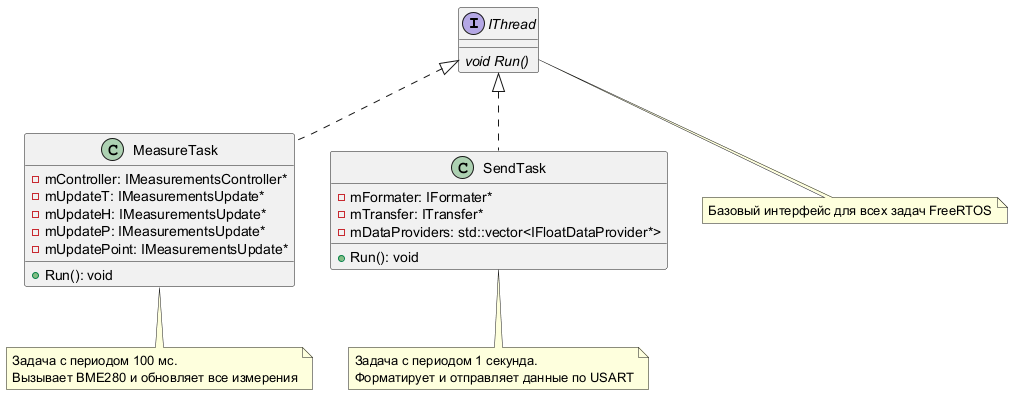
Above: images/puml_files/IThread.png in Cuprum1736/IAR-lab (PlantUML), before the change.
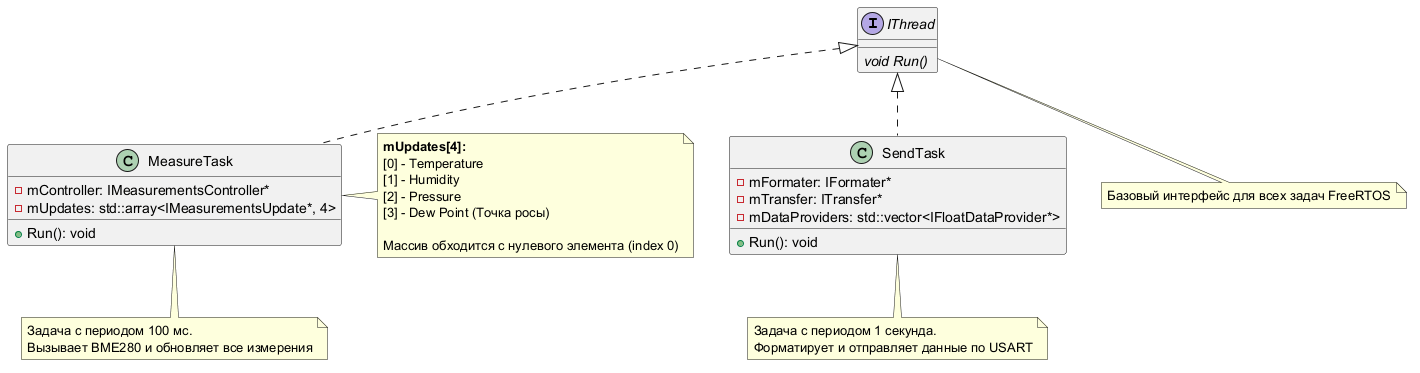
Above is the later version.

Change to the diagram source:
```diff
@@ -4,13 +4,11 @@
     {abstract} void Run()
 }
 
+
 class MeasureTask
 {
     - mController: IMeasurementsController*
-    - mUpdateT: IMeasurementsUpdate*
-    - mUpdateH: IMeasurementsUpdate*
-    - mUpdateP: IMeasurementsUpdate*
-    - mUpdatePoint: IMeasurementsUpdate*
+    - mUpdates: std::array<IMeasurementsUpdate*, 4>
     + Run(): void
 }
 
@@ -39,4 +37,13 @@
   Форматирует и отправляет данные по USART
 end note
 
+note right of MeasureTask
+  <b>mUpdates[4]:</b>
+  [0] - Temperature
+  [1] - Humidity
+  [2] - Pressure
+  [3] - Dew Point (Точка росы)
+
+  Массив обходится с нулевого элемента (index 0)
+end note
 @enduml
```
